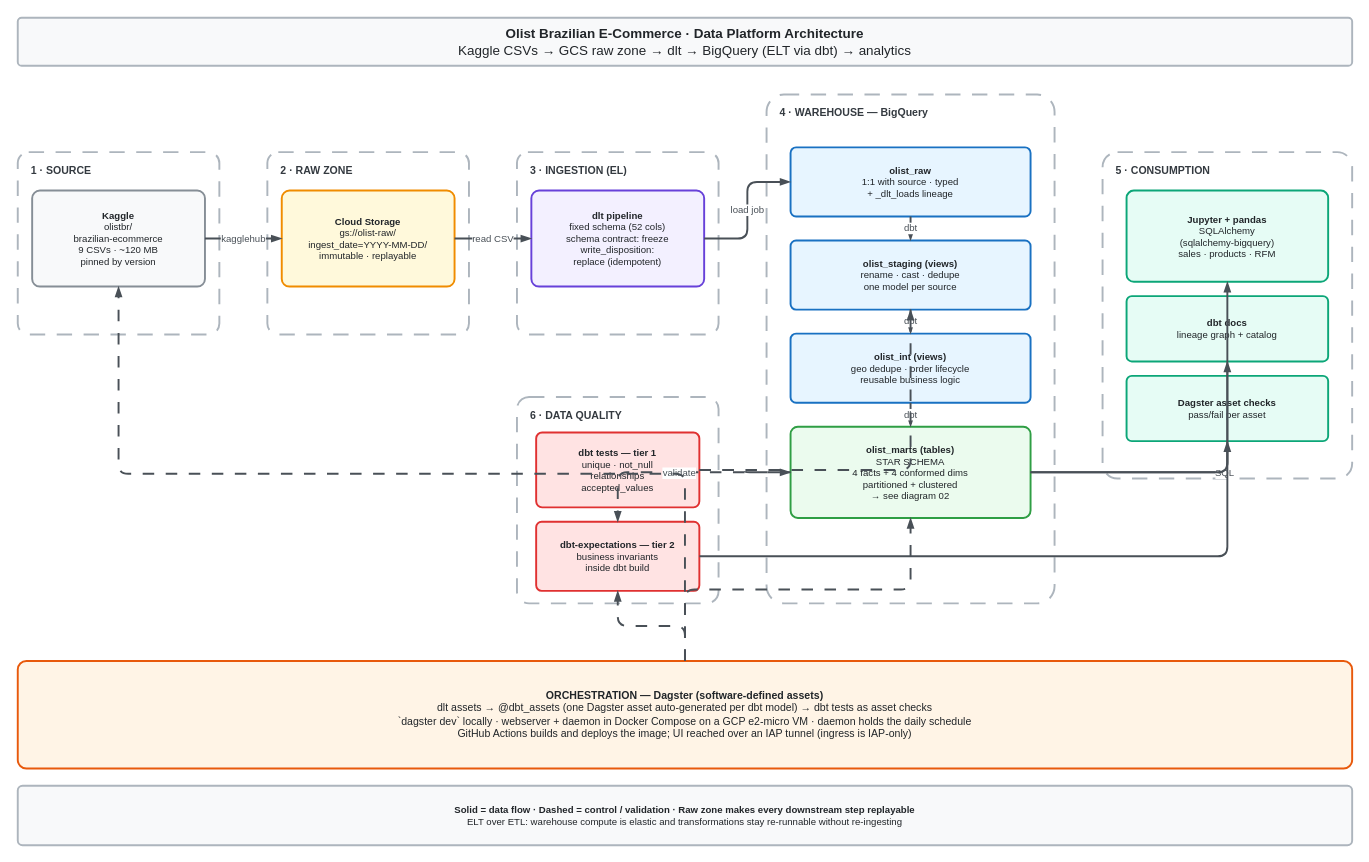
This is docs/diagrams/01-high-level-architecture.drawio from cheanwei/ntu-dsai-group5-project2, a draw.io file, before an edit. Source tidied: cells renumbered, new cells numbered last; positions are measured from the earlier drawing's top-left corner, leaving out a move shared by most shapes. Both pictures are drawn from the tidied source at 96%, with x=0, y=0 at pixel (17, 17).
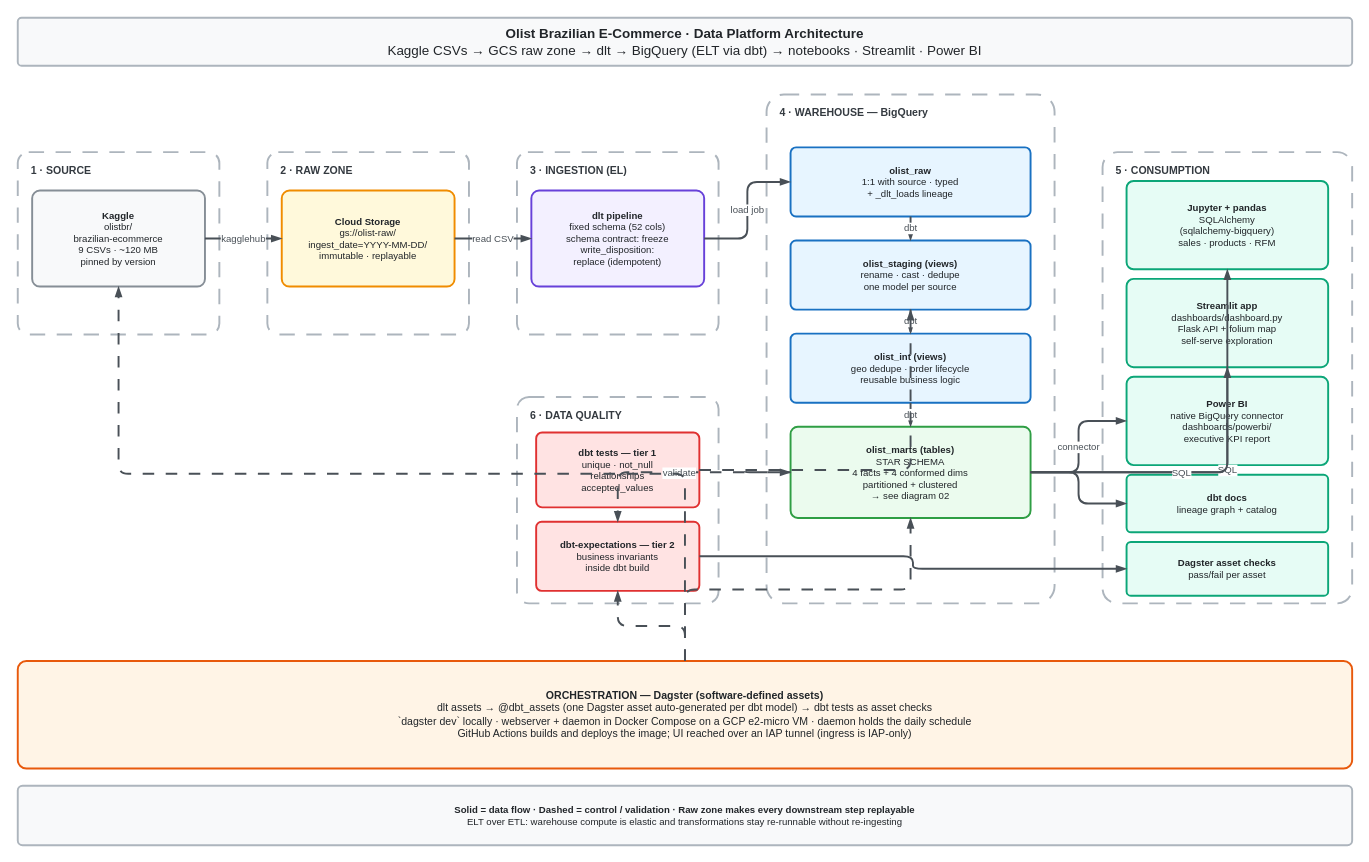
After the change.

Commit message (it also covers changes not shown here):
Update high-level architecture diagrams and docs

Unchanged cells that the change refers to:
```xml
<mxCell id="15" value="&lt;b&gt;olist_marts  (tables)&lt;/b&gt;&lt;br&gt;STAR SCHEMA&lt;br&gt;4 facts + 4 conformed dims&lt;br&gt;partitioned + clustered&lt;br&gt;→ see diagram 02" style="rounded=1;arcSize=8;whiteSpace=wrap;html=1;fillColor=#ebfbee;strokeColor=#2f9e44;strokeWidth=2;align=center;verticalAlign=middle;spacingLeft=8;spacingRight=8;fontSize=10;fontColor=#212529;" parent="1" vertex="1">
  <mxGeometry x="805" y="426" width="250" height="95" as="geometry" />
</mxCell>
```

Diff of the diagram source:
```diff
@@
     <mxCell id="6" value="&lt;b&gt;5 · CONSUMPTION&lt;/b&gt;" style="rounded=1;arcSize=6;whiteSpace=wrap;html=1;dashed=1;dashPattern=8 6;fillColor=none;strokeColor=#adb5bd;strokeWidth=2;verticalAlign=top;align=left;spacingLeft=12;spacingTop=6;fontSize=11;fontStyle=1;fontColor=#343a40;" parent="1" vertex="1">
-      <mxGeometry x="1130" y="140" width="260" height="340" as="geometry" />
+      <mxGeometry x="1130" y="140" width="260" height="470" as="geometry" />
     </mxCell>
@@
-    <mxCell id="8" value="&lt;b&gt;Olist Brazilian E-Commerce  ·  Data Platform Architecture&lt;/b&gt;&lt;br&gt;Kaggle CSVs → GCS raw zone → dlt → BigQuery (ELT via dbt) → analytics" style="rounded=1;arcSize=8;whiteSpace=wrap;html=1;fillColor=#f8f9fa;strokeColor=#adb5bd;strokeWidth=2;align=center;verticalAlign=middle;spacingLeft=8;spacingRight=8;fontSize=14;fontColor=#212529;" parent="1" vertex="1">
+    <mxCell id="8" value="&lt;b&gt;Olist Brazilian E-Commerce  ·  Data Platform Architecture&lt;/b&gt;&lt;br&gt;Kaggle CSVs → GCS raw zone → dlt → BigQuery (ELT via dbt) → notebooks · Streamlit · Power BI" style="rounded=1;arcSize=8;whiteSpace=wrap;html=1;fillColor=#f8f9fa;strokeColor=#adb5bd;strokeWidth=2;align=center;verticalAlign=middle;spacingLeft=8;spacingRight=8;fontSize=14;fontColor=#212529;" parent="1" vertex="1">
       <mxGeometry width="1390" height="50" as="geometry" />
     </mxCell>
@@
     <mxCell id="18" value="&lt;b&gt;Jupyter + pandas&lt;/b&gt;&lt;br&gt;SQLAlchemy&lt;br&gt;(sqlalchemy-bigquery)&lt;br&gt;sales · products · RFM" style="rounded=1;arcSize=8;whiteSpace=wrap;html=1;fillColor=#e6fcf5;strokeColor=#0ca678;strokeWidth=2;align=center;verticalAlign=middle;spacingLeft=8;spacingRight=8;fontSize=10;fontColor=#212529;" parent="1" vertex="1">
-      <mxGeometry x="1155" y="180" width="210" height="95" as="geometry" />
+      <mxGeometry x="1155" y="170" width="210" height="92" as="geometry" />
     </mxCell>
+    <mxCell id="38" value="&lt;b&gt;Streamlit app&lt;/b&gt;&lt;br&gt;dashboards/dashboard.py&lt;br&gt;Flask API + folium map&lt;br&gt;self-serve exploration" style="rounded=1;arcSize=8;whiteSpace=wrap;html=1;fillColor=#e6fcf5;strokeColor=#0ca678;strokeWidth=2;align=center;verticalAlign=middle;spacingLeft=8;spacingRight=8;fontSize=10;fontColor=#212529;" parent="1" vertex="1">
+      <mxGeometry x="1155" y="272" width="210" height="92" as="geometry" />
+    </mxCell>
+    <mxCell id="39" value="&lt;b&gt;Power BI&lt;/b&gt;&lt;br&gt;native BigQuery connector&lt;br&gt;dashboards/powerbi/&lt;br&gt;executive KPI report" style="rounded=1;arcSize=8;whiteSpace=wrap;html=1;fillColor=#e6fcf5;strokeColor=#0ca678;strokeWidth=2;align=center;verticalAlign=middle;spacingLeft=8;spacingRight=8;fontSize=10;fontColor=#212529;" parent="1" vertex="1">
+      <mxGeometry x="1155" y="374" width="210" height="92" as="geometry" />
+    </mxCell>
     <mxCell id="19" value="&lt;b&gt;dbt docs&lt;/b&gt;&lt;br&gt;lineage graph + catalog" style="rounded=1;arcSize=8;whiteSpace=wrap;html=1;fillColor=#e6fcf5;strokeColor=#0ca678;strokeWidth=2;align=center;verticalAlign=middle;spacingLeft=8;spacingRight=8;fontSize=10;fontColor=#212529;" parent="1" vertex="1">
-      <mxGeometry x="1155" y="290" width="210" height="68" as="geometry" />
+      <mxGeometry x="1155" y="476" width="210" height="60" as="geometry" />
     </mxCell>
     <mxCell id="20" value="&lt;b&gt;Dagster asset checks&lt;/b&gt;&lt;br&gt;pass/fail per asset" style="rounded=1;arcSize=8;whiteSpace=wrap;html=1;fillColor=#e6fcf5;strokeColor=#0ca678;strokeWidth=2;align=center;verticalAlign=middle;spacingLeft=8;spacingRight=8;fontSize=10;fontColor=#212529;" parent="1" vertex="1">
-      <mxGeometry x="1155" y="373" width="210" height="68" as="geometry" />
+      <mxGeometry x="1155" y="546" width="210" height="56" as="geometry" />
     </mxCell>
@@
+    <mxCell id="40" value="SQL" style="edgeStyle=orthogonalEdgeStyle;rounded=1;html=1;jettySize=auto;strokeColor=#495057;strokeWidth=2;endArrow=blockThin;endFill=1;fontSize=10;fontColor=#495057;labelBackgroundColor=#ffffff;" parent="1" edge="1" source="15" target="38">
+      <mxGeometry relative="1" as="geometry" />
+    </mxCell>
+    <mxCell id="41" value="connector" style="edgeStyle=orthogonalEdgeStyle;rounded=1;html=1;jettySize=auto;strokeColor=#495057;strokeWidth=2;endArrow=blockThin;endFill=1;fontSize=10;fontColor=#495057;labelBackgroundColor=#ffffff;" parent="1" edge="1" source="15" target="39">
+      <mxGeometry relative="1" as="geometry" />
+    </mxCell>
```
